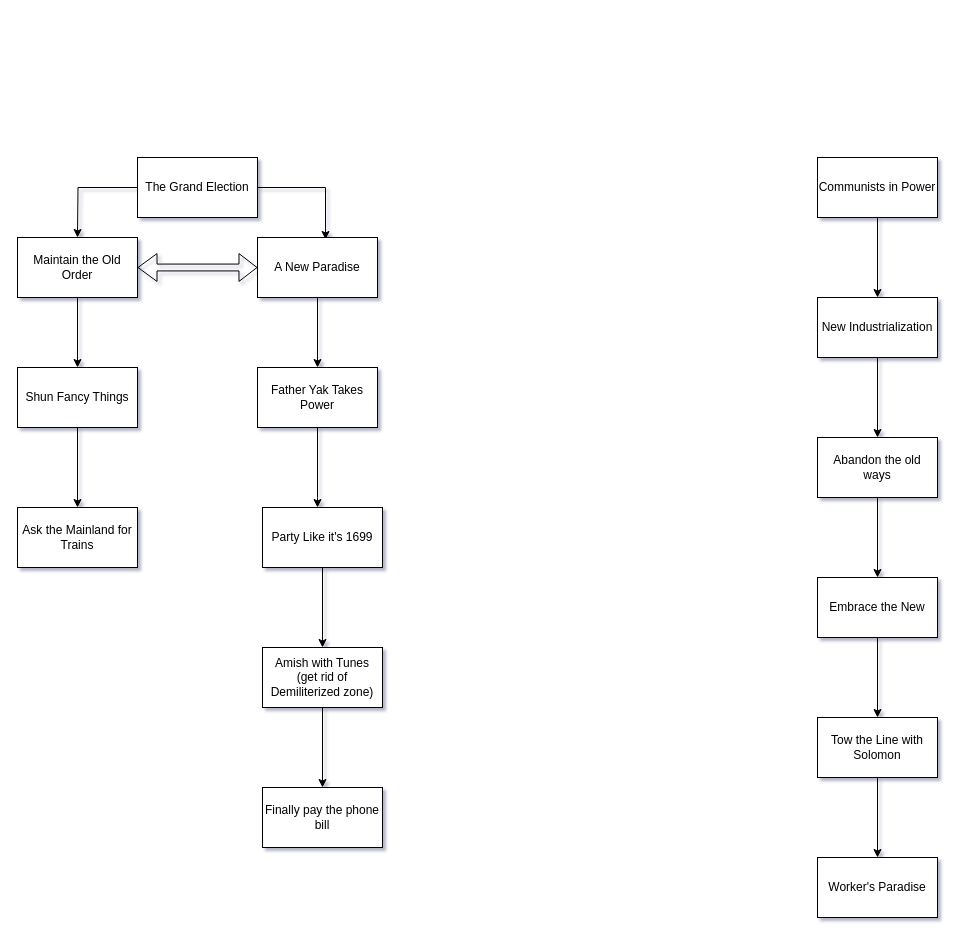
This is NapoleonicDEV/Store anything here/Focus Trees/French Focus Tree.drawio from LoganLittle/NapoleonicWarsHOI4DEV, a draw.io file, before an edit. Source tidied: cells renumbered, new cells numbered last; positions are measured from the earlier drawing's top-left corner, leaving out a move shared by most shapes. Both pictures are drawn from the tidied source at 100%, with x=0, y=0 at pixel (17, 157).
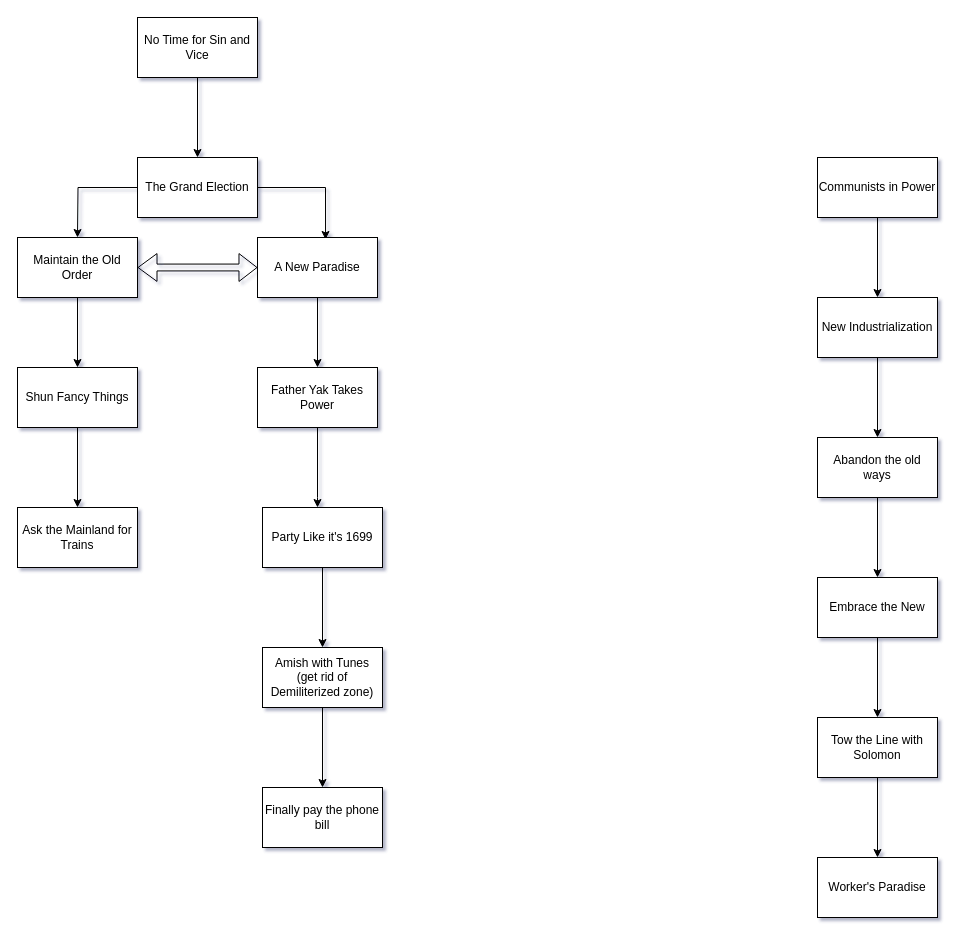
After the change.

Commit message:
North Rohendia Focus Tree.drawio

The change refers to these unchanged cells:
```xml
<mxCell id="4" value="The Grand Election" style="rounded=0;whiteSpace=wrap;html=1;" parent="1" vertex="1">
  <mxGeometry x="120" width="120" height="60" as="geometry" />
</mxCell>
```

The edit, as a diff of the source:
```diff
@@
+    <mxCell id="31" style="edgeStyle=orthogonalEdgeStyle;rounded=0;jettySize=auto;html=1;" parent="1" edge="1" source="32" target="4">
+      <mxGeometry relative="1" as="geometry" />
+    </mxCell>
+    <mxCell id="32" value="No Time for Sin and Vice" style="whiteSpace=wrap;html=1;rounded=0;" parent="1" vertex="1">
+      <mxGeometry x="120" y="-140" width="120" height="60" as="geometry" />
+    </mxCell>
```
